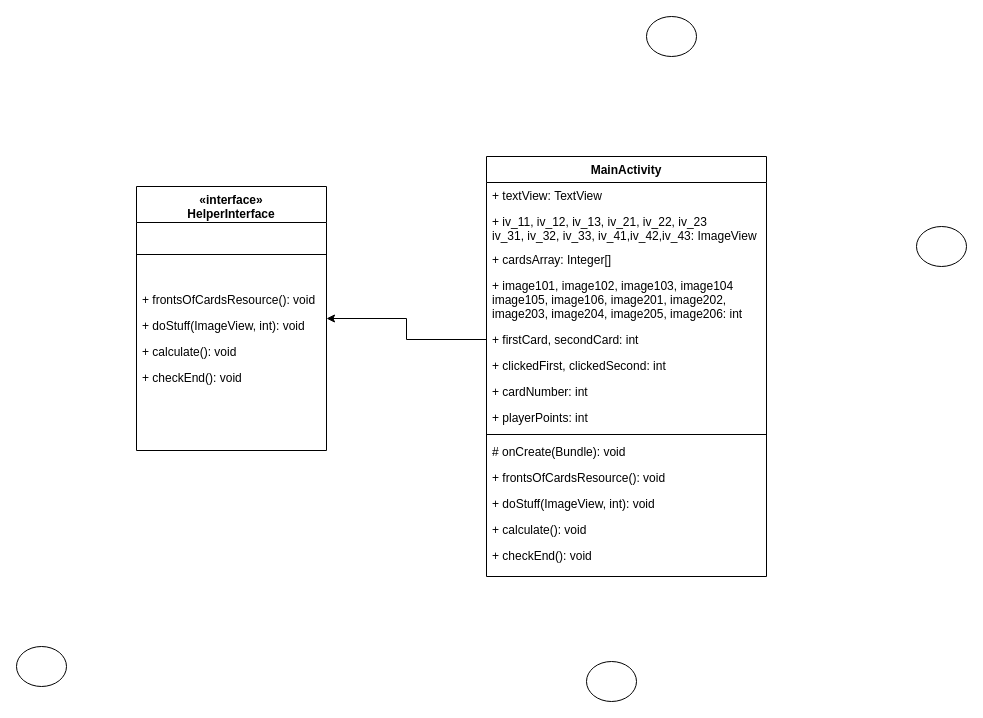
Before: Untitled Diagram.drawio in UrbanRoland/Hobby-project, a draw.io diagram. Source tidied: cells renumbered, new cells numbered last; positions are measured from the earlier drawing's top-left corner, leaving out a move shared by most shapes. Both pictures are drawn from the tidied source at 100%, with x=0, y=0 at pixel (16, 16).
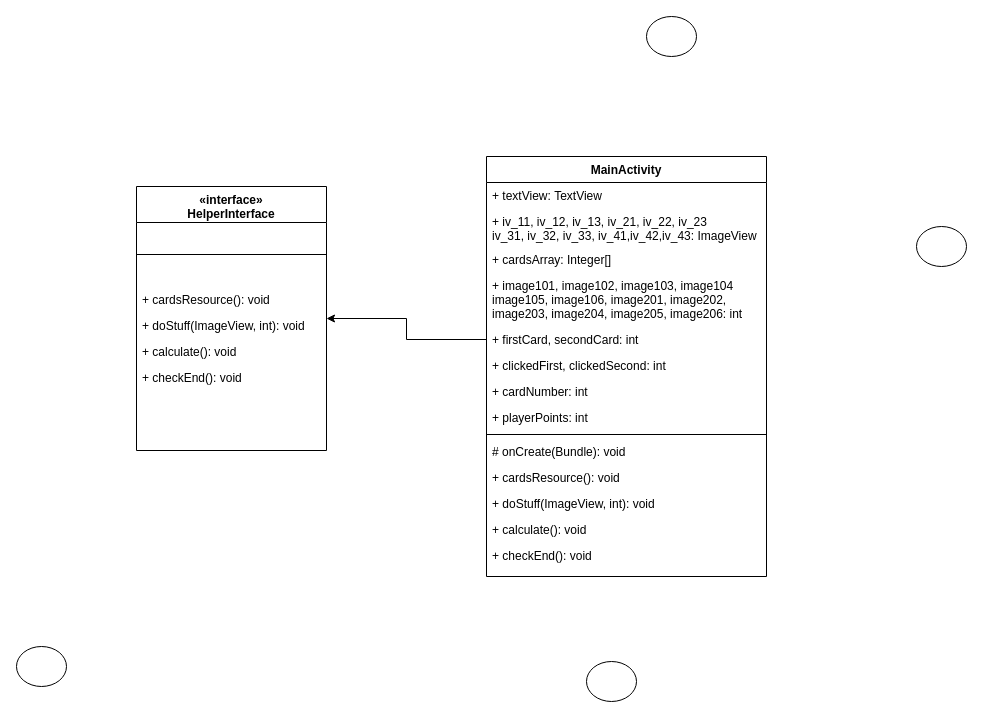
The same page after the edit.

Unchanged cells that the change refers to:
```xml
<mxCell id="3" value="MainActivity" style="swimlane;fontStyle=1;align=center;verticalAlign=top;horizontal=1;startSize=26;" parent="1" vertex="1">
  <mxGeometry x="470" y="140" width="280" height="420" as="geometry" />
</mxCell>
<mxCell id="18" value="«interface»&#10;HelperInterface" style="swimlane;fontStyle=1;align=center;verticalAlign=top;horizontal=1;startSize=36;" parent="1" vertex="1">
  <mxGeometry x="120" y="170" width="190" height="264" as="geometry" />
</mxCell>
```

Change to the diagram source:
```diff
@@
-    <mxCell id="14" value="+ frontsOfCardsResource(): void" style="text;strokeColor=none;fillColor=none;align=left;verticalAlign=top;spacingLeft=4;spacingRight=4;overflow=hidden;" parent="3" vertex="1">
+    <mxCell id="14" value="+ cardsResource(): void" style="text;strokeColor=none;fillColor=none;align=left;verticalAlign=top;spacingLeft=4;spacingRight=4;overflow=hidden;" parent="3" vertex="1">
       <mxGeometry y="308" width="280" height="26" as="geometry" />
     </mxCell>
@@
-    <mxCell id="20" value="+ frontsOfCardsResource(): void" style="text;strokeColor=none;fillColor=none;align=left;verticalAlign=top;spacingLeft=4;spacingRight=4;overflow=hidden;" parent="18" vertex="1">
+    <mxCell id="20" value="+ cardsResource(): void" style="text;strokeColor=none;fillColor=none;align=left;verticalAlign=top;spacingLeft=4;spacingRight=4;overflow=hidden;" parent="18" vertex="1">
       <mxGeometry y="100" width="190" height="26" as="geometry" />
     </mxCell>
```
